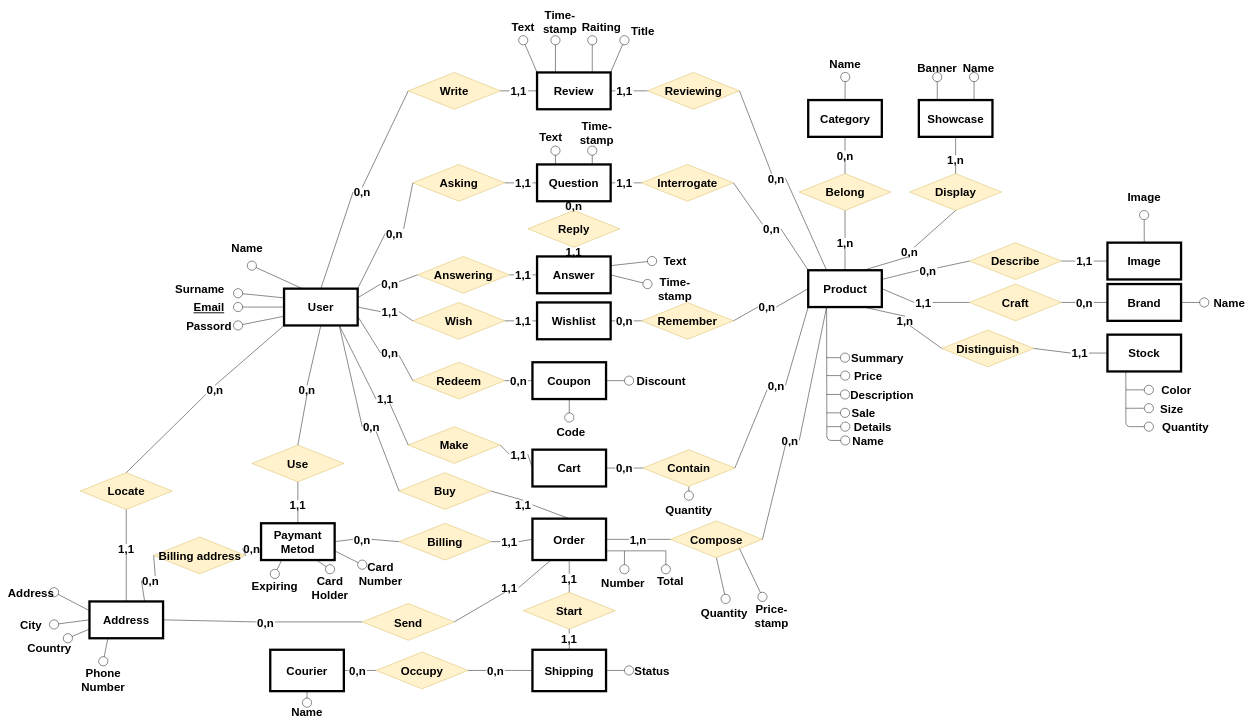
Before: Tecnologie del web.drawio in Coccio98/Tecnologie-del-web, a draw.io diagram. Source tidied: cells renumbered, new cells numbered last; positions are measured from the earlier drawing's top-left corner, leaving out a move shared by most shapes. Both pictures are drawn from the tidied source at 46%, with x=0, y=0 at pixel (22, 17).
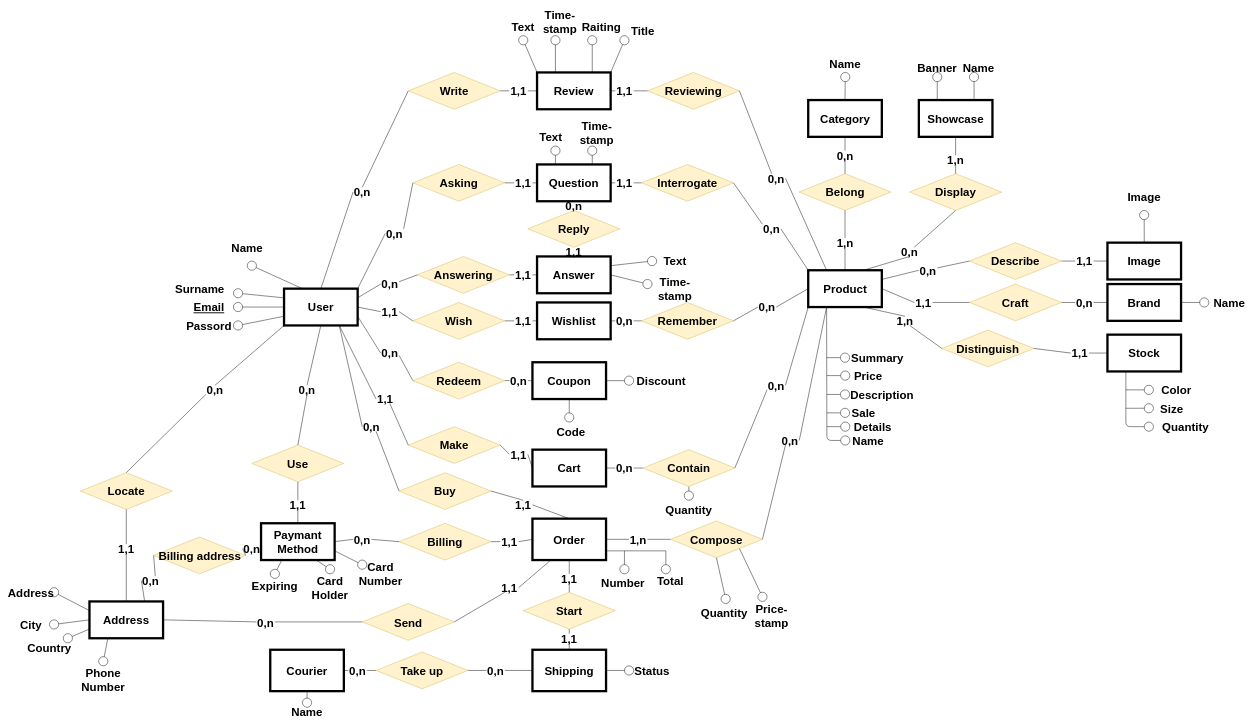
After the change.

What changed in the source:
```diff
@@
-    <mxCell id="14" value="Paymant Metod" style="rounded=0;whiteSpace=wrap;html=1;fontSize=25;fontStyle=1;strokeWidth=5;" parent="1" vertex="1">
+    <mxCell id="14" value="Paymant Method" style="rounded=0;whiteSpace=wrap;html=1;fontSize=25;fontStyle=1;strokeWidth=5;" parent="1" vertex="1">
       <mxGeometry x="520" y="1100" width="160" height="80" as="geometry" />
     </mxCell>
@@
-    <mxCell id="74" value="Occupy" style="rhombus;whiteSpace=wrap;html=1;fontSize=25;fontStyle=1;fillColor=#fff2cc;strokeColor=#d6b656;" parent="1" vertex="1">
+    <mxCell id="74" value="Take up" style="rhombus;whiteSpace=wrap;html=1;fontSize=25;fontStyle=1;fillColor=#fff2cc;strokeColor=#d6b656;" parent="1" vertex="1">
       <mxGeometry x="770" y="1380" width="200" height="80" as="geometry" />
     </mxCell>
```
